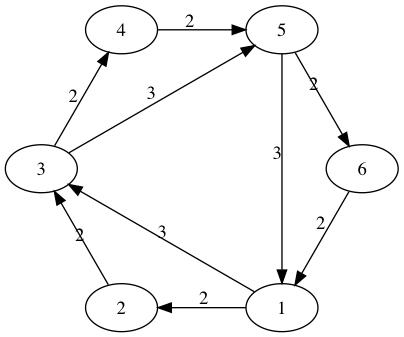
Above: Graphs/graph3.png in matvamo/FloydWarshall (Graphviz), before the change. Its source is kept beside it as Graphs/graph3.dot. The source it was exported from:
```dot
digraph {
    1 -> 2[label="2", weight="2"];
    1 -> 3[label="3", weight="3"];
    2 -> 3[label="2", weight="2"];
    3 -> 4[label="2", weight="2"];
    3 -> 5[label="3", weight="3"];
    4 -> 5[label="2", weight="2"];
    5 -> 6[label="2", weight="2"];
    5 -> 1[label="3", weight="3"];
    6 -> 1[label="2", weight="2"];
}
```
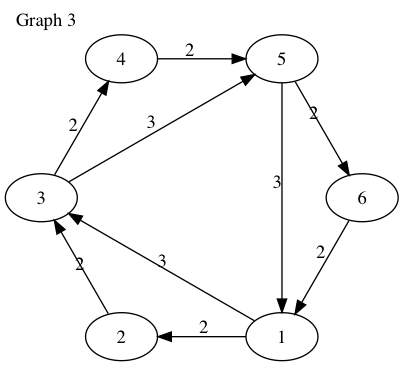
The same file after the commit.

Commit message:
Edit graph dotfiles and images to include caption

What changed in the source:
```diff
@@ -1,4 +1,7 @@
 digraph {
+    label="Graph 3";
+    labelloc=top;
+    labeljust=left;
     1 -> 2[label="2", weight="2"];
     1 -> 3[label="3", weight="3"];
     2 -> 3[label="2", weight="2"];
```
